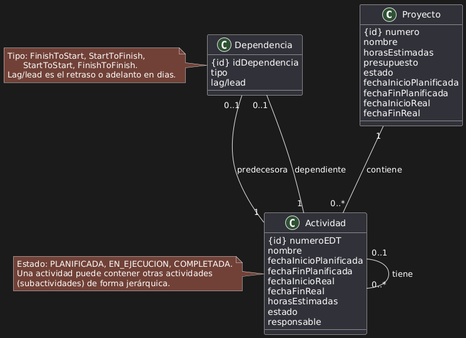
This is docs/img/mdd.png from Valentino-Carmona/PMTool, a PlantUML export, as it was before one commit.
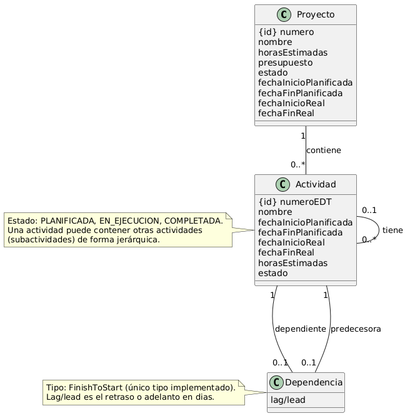
After the change.

Change to the diagram source:
```diff
@@ -21,19 +21,16 @@
    fechaFinReal
    horasEstimadas
    estado
-   responsable
 }
 
 class Dependencia {
-   {id} idDependencia
-   tipo
    lag/lead
 }
 
-Proyecto "1" --- "0..*" Actividad : contiene
-Actividad "0..1" --- "0..*" Actividad : tiene
-Dependencia "0..1" --- "1" Actividad : predecesora
-Dependencia "0..1" --- "1" Actividad : dependiente
+Proyecto "1" -- "0..*" Actividad : contiene
+Actividad "0..1" -- "0..*" Actividad : tiene
+Actividad "1" --- "0..1" Dependencia: dependiente
+Dependencia "0..1" --- "1" Actividad:predecesora
 
 
 note left of Actividad
@@ -43,8 +40,7 @@
 end note
 
 note left of Dependencia
-  Tipo: FinishToStart, StartToFinish,
-        StartToStart, FinishToFinish.
+  Tipo: FinishToStart (único tipo implementado).
   Lag/lead es el retraso o adelanto en dias.
 end note
 @enduml
```
